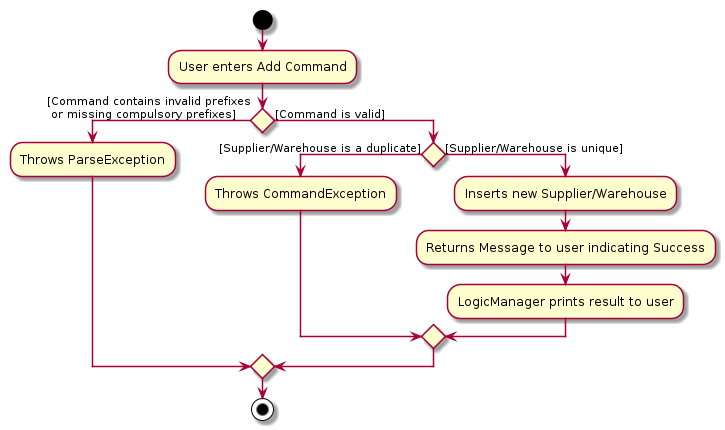
Above: docs/images/AddCommandActivityDiagram.png in tohyuting/tp (PlantUML), before the change. Its diagram source:
```plantuml
@startuml
start
:User enters Add Command;


If () then ([Command contains invalid prefixes
 or missing compulsory prefixes])
    :Throws ParseException;

    else ([Command is valid])

    If () then ([Supplier/Warehouse is a duplicate])
    :Throws CommandException;

    else ([Supplier/Warehouse is unique])
        :Inserts new Supplier/Warehouse;
        :Returns Message to user indicating Success;
        :LogicManager prints result to user;
        endif
    endif
stop
@enduml
```
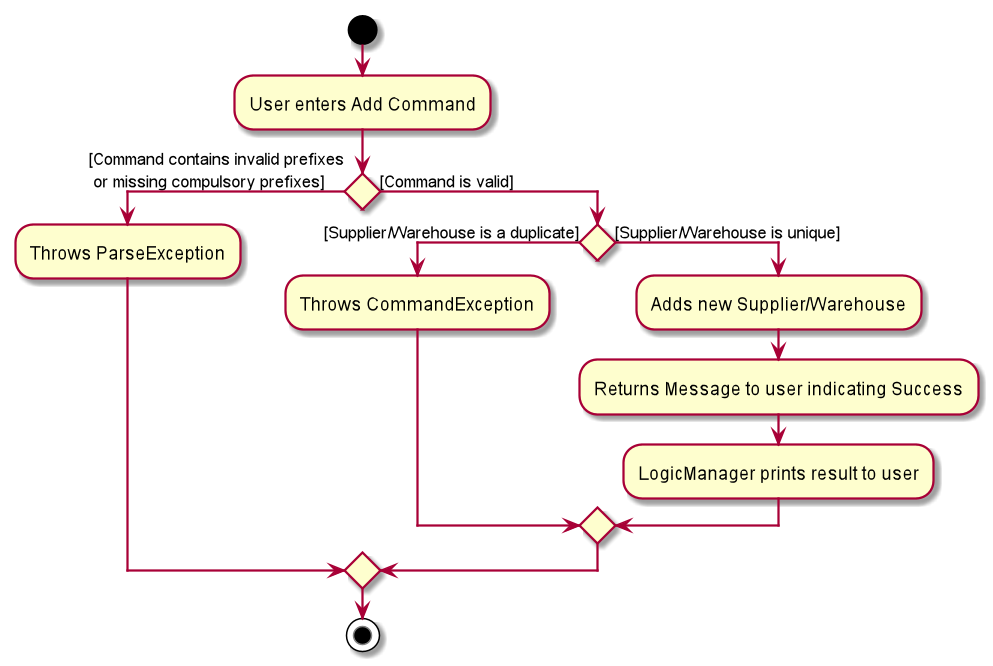
The same diagram one commit later.

Commit message:
Update typo in ActivityDiagram and add simplified SequenceDiagram

Change to the diagram source:
```diff
@@ -13,7 +13,7 @@
     :Throws CommandException;
 
     else ([Supplier/Warehouse is unique])
-        :Inserts new Supplier/Warehouse;
+        :Adds new Supplier/Warehouse;
         :Returns Message to user indicating Success;
         :LogicManager prints result to user;
         endif
```
